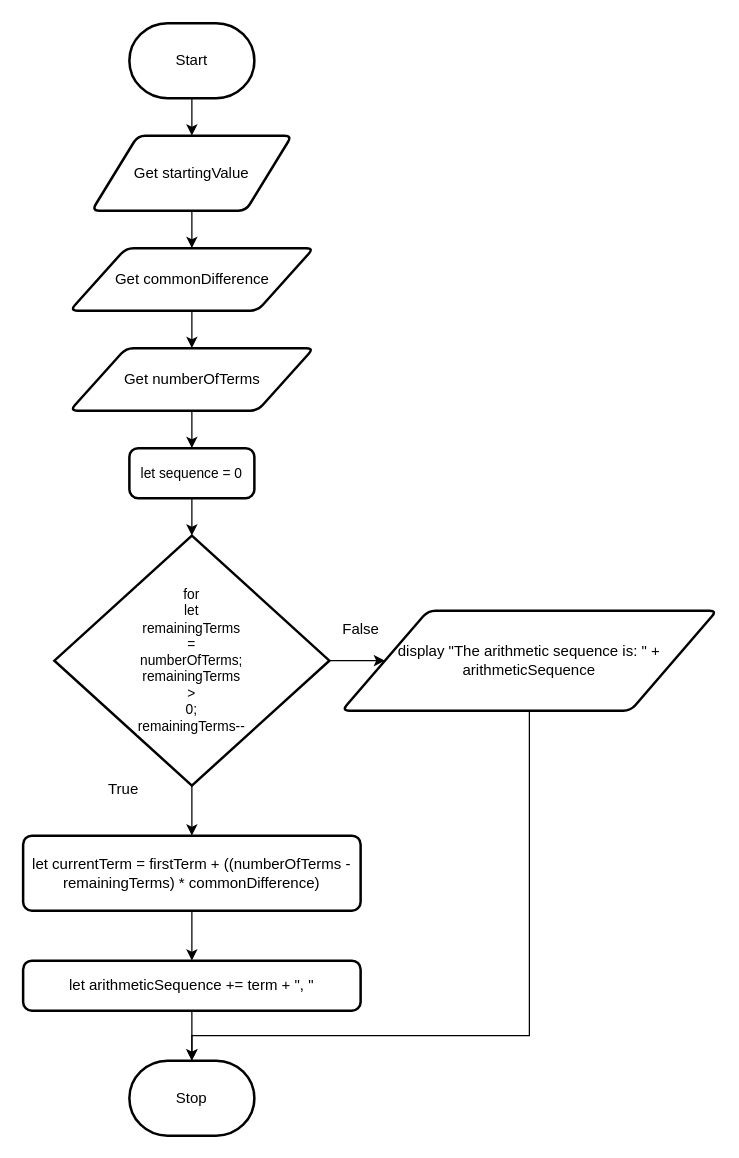
Earlier version of the draw.io diagram design/flowchart.drawio (MTHS-ICD2O-1-2024/ICD2O-Assignment-05-bain-liao-1). Source tidied: cells renumbered, new cells numbered last; positions are measured from the earlier drawing's top-left corner, leaving out a move shared by most shapes. Both pictures are drawn from the tidied source at 125%, with x=0, y=0 at pixel (22, 22).
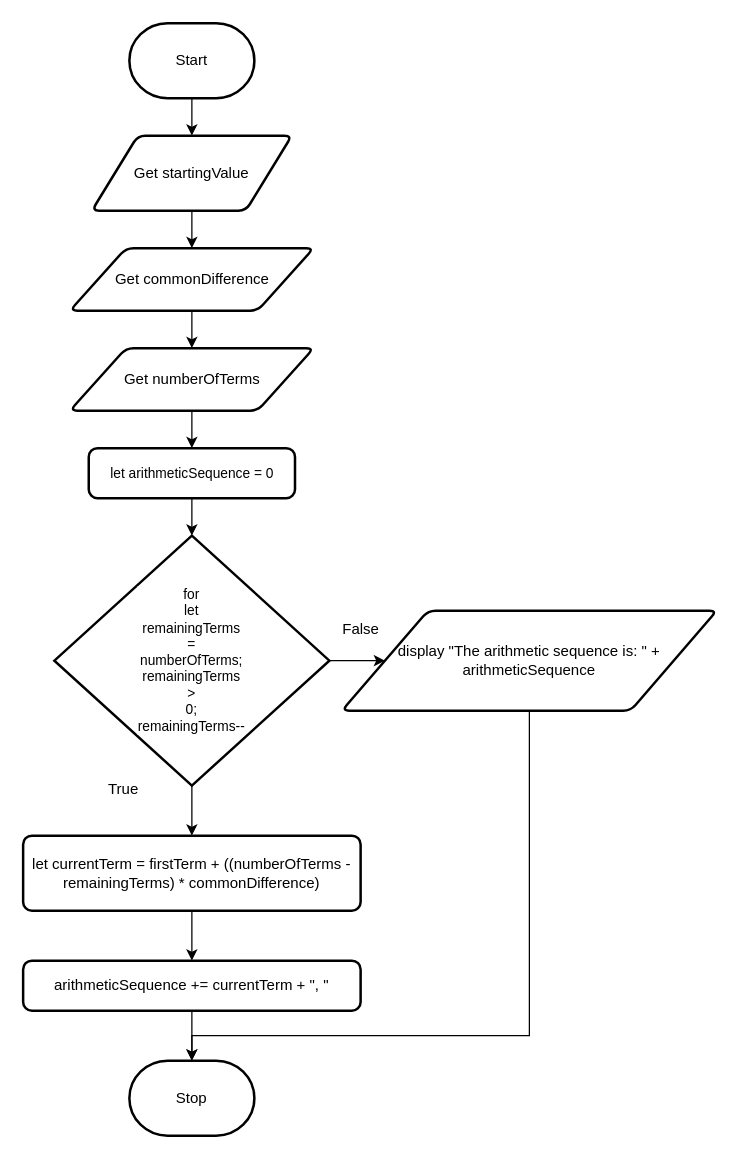
Above is the later version.

Commit message (it also covers changes not shown here):
created program for arithmetic sequences

What changed in the source:
```diff
@@
-    <mxCell id="11" value="let sequence = 0" style="rounded=1;whiteSpace=wrap;html=1;absoluteArcSize=1;arcSize=14;strokeWidth=2;fontFamily=Helvetica;fontSize=11;fontColor=default;labelBackgroundColor=default;" parent="1" vertex="1">
-      <mxGeometry x="85" y="340" width="100" height="40" as="geometry" />
+    <mxCell id="11" value="let arithmeticSequence = 0" style="rounded=1;whiteSpace=wrap;html=1;absoluteArcSize=1;arcSize=14;strokeWidth=2;fontFamily=Helvetica;fontSize=11;fontColor=default;labelBackgroundColor=default;" parent="1" vertex="1">
+      <mxGeometry x="52.5" y="340" width="165" height="40" as="geometry" />
     </mxCell>
@@
-    <mxCell id="17" value="let arithmeticSequence += term + &quot;, &quot;" style="rounded=1;whiteSpace=wrap;html=1;absoluteArcSize=1;arcSize=14;strokeWidth=2;" parent="1" vertex="1">
+    <mxCell id="17" value="arithmeticSequence += currentTerm + &quot;, &quot;" style="rounded=1;whiteSpace=wrap;html=1;absoluteArcSize=1;arcSize=14;strokeWidth=2;" parent="1" vertex="1">
       <mxGeometry y="750" width="270" height="40" as="geometry" />
     </mxCell>
```
